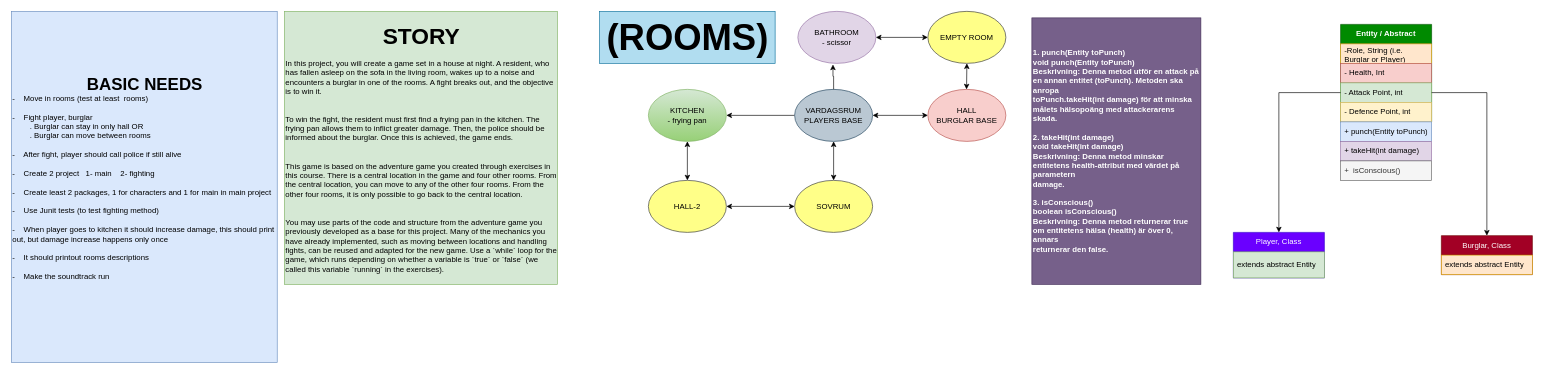
The draw.io diagram src/main/java/se/meteturkan/plan/plan.drawio in metetrkn/intruderAlert, before the edit. Source tidied: cells renumbered, new cells numbered last; positions are measured from the earlier drawing's top-left corner, leaving out a move shared by most shapes. Both pictures are drawn from the tidied source at 65%, with x=0, y=0 at pixel (11, 11).
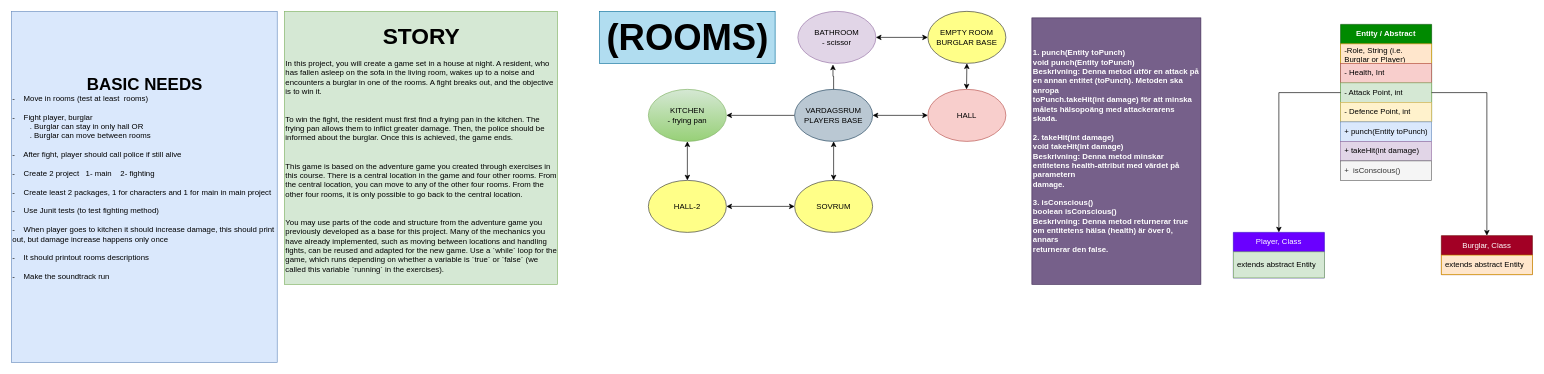
Above is the later version.

What changed in the source:
```diff
@@
-    <mxCell id="6" value="&lt;div&gt;HALL&lt;/div&gt;BURGLAR BASE" style="ellipse;whiteSpace=wrap;html=1;fillColor=#f8cecc;strokeColor=#b85450;" parent="1" vertex="1">
+    <mxCell id="6" value="&lt;div&gt;HALL&lt;/div&gt;" style="ellipse;whiteSpace=wrap;html=1;fillColor=#f8cecc;strokeColor=#b85450;" parent="1" vertex="1">
       <mxGeometry x="1410" y="120" width="120" height="80" as="geometry" />
     </mxCell>
@@
-    <mxCell id="13" value="EMPTY ROOM" style="ellipse;whiteSpace=wrap;html=1;fillColor=#ffff88;strokeColor=#36393d;" parent="1" vertex="1">
+    <mxCell id="13" value="EMPTY ROOM&lt;div&gt;BURGLAR BASE&lt;/div&gt;" style="ellipse;whiteSpace=wrap;html=1;fillColor=#ffff88;strokeColor=#36393d;" parent="1" vertex="1">
       <mxGeometry x="1410" width="120" height="80" as="geometry" />
     </mxCell>
```
